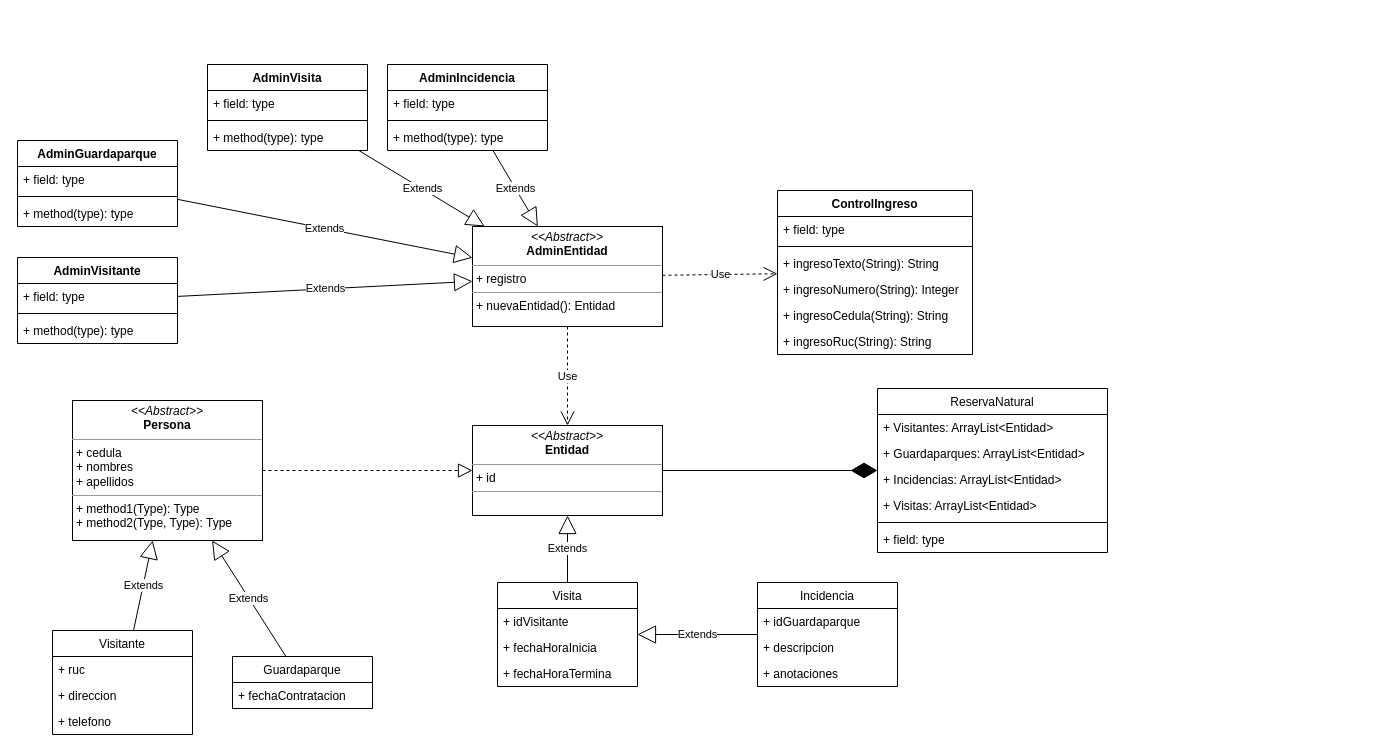
Before: page "Page-1" (1 of 2) of solucion.drawio in leninrkb/ReservaNatural, a draw.io diagram. Source tidied: cells renumbered, new cells numbered last; positions are measured from the earlier drawing's top-left corner, leaving out a move shared by most shapes. Both pictures are drawn from the tidied source at 100%, with x=0, y=0 at pixel (17, 64).
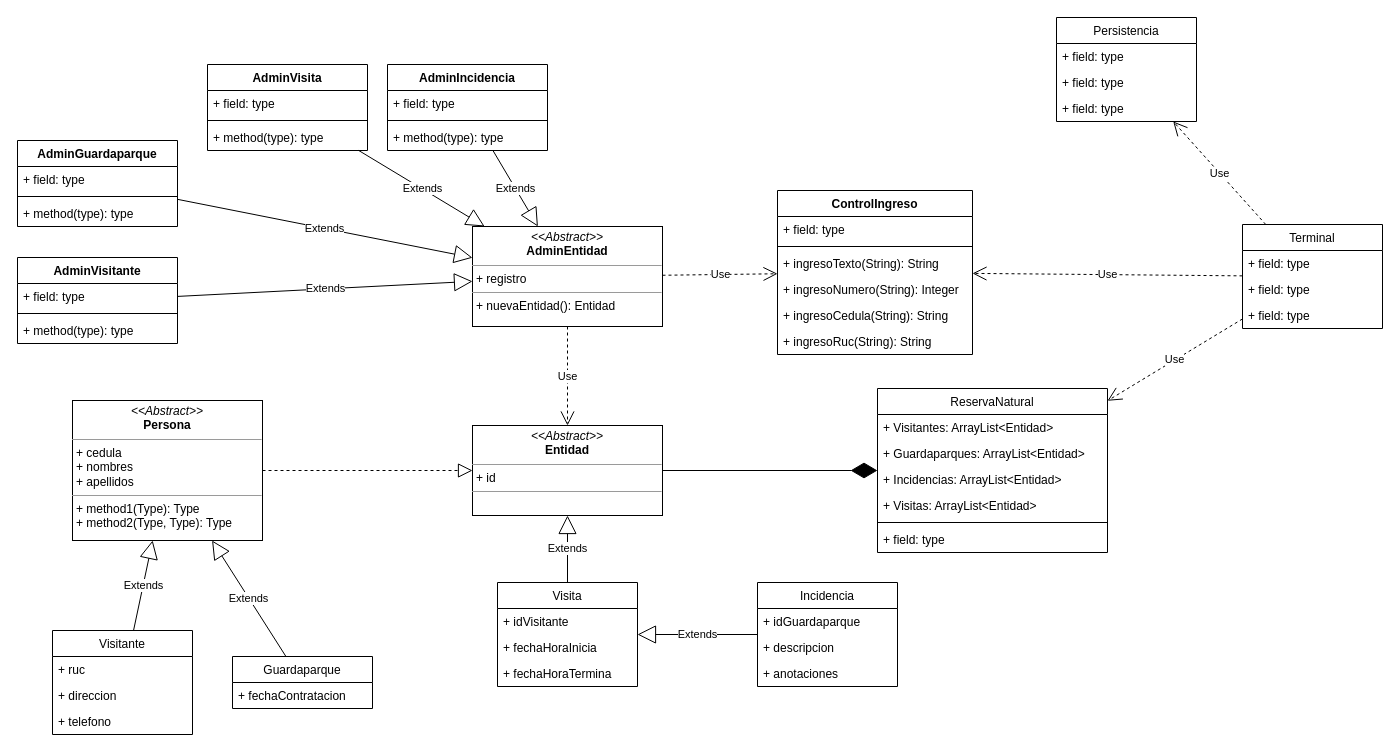
Above is the later version.

The change refers to these unchanged cells:
```xml
<mxCell id="25" value="ReservaNatural" style="swimlane;fontStyle=0;horizontal=1;startSize=26;fillColor=none;" parent="1" vertex="1">
  <mxGeometry x="860" y="324" width="230" height="164" as="geometry" />
</mxCell>
<mxCell id="53" value="ControlIngreso" style="swimlane;fontStyle=1;align=center;verticalAlign=top;horizontal=1;startSize=26;" parent="1" vertex="1">
  <mxGeometry x="760" y="126" width="195" height="164" as="geometry" />
</mxCell>
```

Change to the diagram source:
```diff
@@
+    <mxCell id="61" value="Persistencia" style="swimlane;fontStyle=0;horizontal=1;startSize=26;fillColor=none;" parent="1" vertex="1">
+      <mxGeometry x="1039" y="-47" width="140" height="104" as="geometry" />
+    </mxCell>
+    <mxCell id="62" value="+ field: type" style="text;strokeColor=none;fillColor=none;align=left;verticalAlign=top;spacingLeft=4;spacingRight=4;overflow=hidden;" parent="61" vertex="1">
+      <mxGeometry y="26" width="140" height="26" as="geometry" />
+    </mxCell>
+    <mxCell id="63" value="+ field: type" style="text;strokeColor=none;fillColor=none;align=left;verticalAlign=top;spacingLeft=4;spacingRight=4;overflow=hidden;" parent="61" vertex="1">
+      <mxGeometry y="52" width="140" height="26" as="geometry" />
+    </mxCell>
+    <mxCell id="64" value="+ field: type" style="text;strokeColor=none;fillColor=none;align=left;verticalAlign=top;spacingLeft=4;spacingRight=4;overflow=hidden;" parent="61" vertex="1">
+      <mxGeometry y="78" width="140" height="26" as="geometry" />
+    </mxCell>
+    <mxCell id="65" value="Terminal" style="swimlane;fontStyle=0;horizontal=1;startSize=26;fillColor=none;" parent="1" vertex="1">
+      <mxGeometry x="1225" y="160" width="140" height="104" as="geometry" />
+    </mxCell>
+    <mxCell id="66" value="+ field: type" style="text;strokeColor=none;fillColor=none;align=left;verticalAlign=top;spacingLeft=4;spacingRight=4;overflow=hidden;" parent="65" vertex="1">
+      <mxGeometry y="26" width="140" height="26" as="geometry" />
+    </mxCell>
+    <mxCell id="67" value="+ field: type" style="text;strokeColor=none;fillColor=none;align=left;verticalAlign=top;spacingLeft=4;spacingRight=4;overflow=hidden;" parent="65" vertex="1">
+      <mxGeometry y="52" width="140" height="26" as="geometry" />
+    </mxCell>
+    <mxCell id="68" value="+ field: type" style="text;strokeColor=none;fillColor=none;align=left;verticalAlign=top;spacingLeft=4;spacingRight=4;overflow=hidden;" parent="65" vertex="1">
+      <mxGeometry y="78" width="140" height="26" as="geometry" />
+    </mxCell>
+    <mxCell id="69" value="Use" style="endArrow=open;endSize=12;dashed=1;html=1;" parent="1" edge="1" source="65" target="53">
+      <mxGeometry relative="1" as="geometry" />
+    </mxCell>
+    <mxCell id="70" value="Use" style="endArrow=open;endSize=12;dashed=1;html=1;" parent="1" edge="1" source="65" target="25">
+      <mxGeometry relative="1" as="geometry" />
+    </mxCell>
+    <mxCell id="71" value="Use" style="endArrow=open;endSize=12;dashed=1;html=1;" parent="1" edge="1" source="65" target="61">
+      <mxGeometry relative="1" as="geometry" />
+    </mxCell>
```
